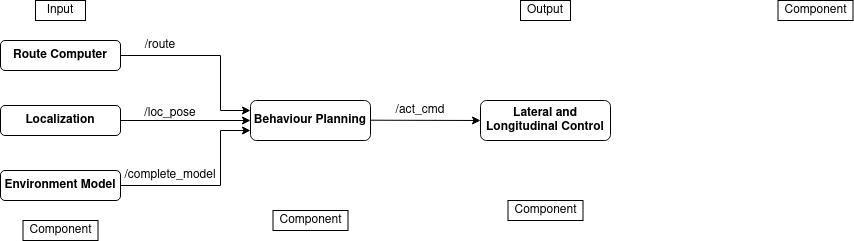
This is images/behplan.png from amodpatil1/Behaviour-Planning-State-Machine, a draw.io export, as it was before one commit. Source tidied: cells renumbered, new cells last; positions are measured from the earlier drawing's top-left corner, leaving out a move shared by most shapes.
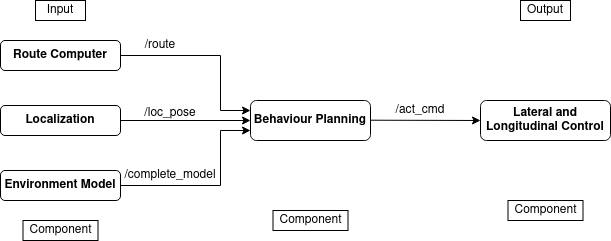
Later version of the same file.

Change to the diagram source:
```diff
@@ -68,8 +68,5 @@
     <mxCell id="19" value="Output" style="rounded=0;whiteSpace=wrap;html=1;" parent="1" vertex="1">
       <mxGeometry x="520" width="50" height="20" as="geometry" />
     </mxCell>
-    <mxCell id="20" value="Component" style="rounded=0;whiteSpace=wrap;html=1;" parent="1" vertex="1">
-      <mxGeometry x="777.5" width="75" height="20" as="geometry" />
-    </mxCell>
   </root>
 </mxGraphModel>
```
